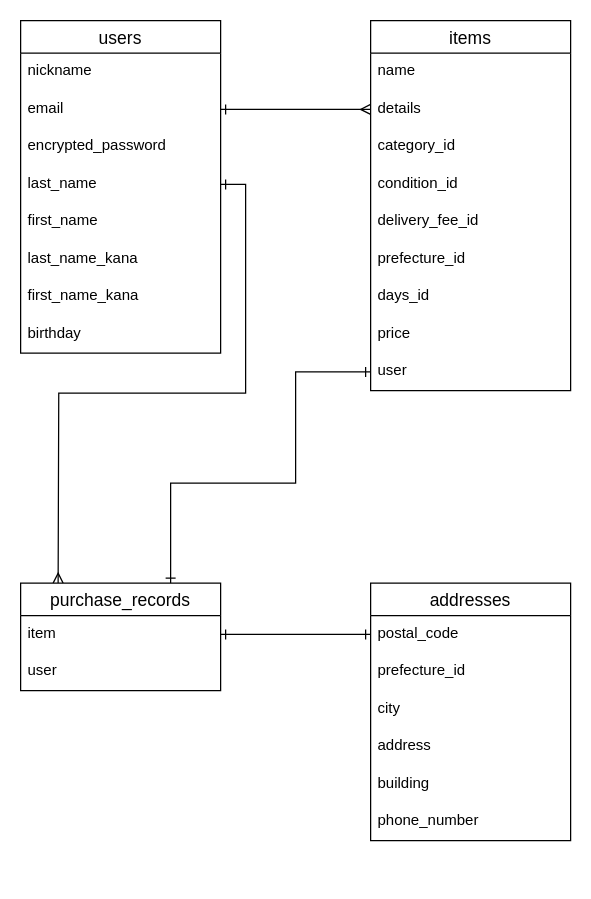
Earlier version of the draw.io diagram ER.dio (ijapamen/furima-29110). Source tidied: cells renumbered, new cells numbered last; positions are measured from the earlier drawing's top-left corner, leaving out a move shared by most shapes. Both pictures are drawn from the tidied source at 125%, with x=0, y=0 at pixel (20, 20).
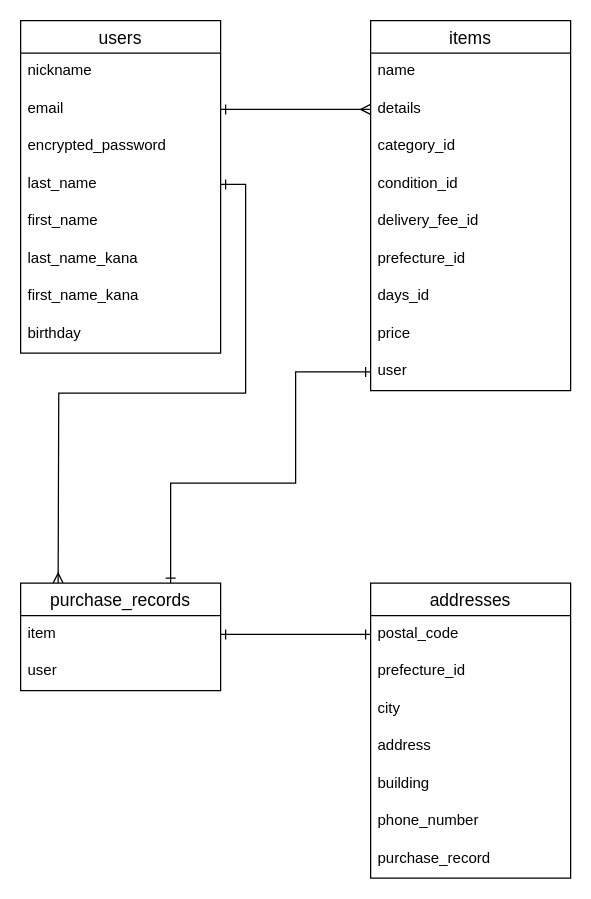
The same page after the edit.

The edit, as a diff of the source:
```diff
@@
     <mxCell id="12" value="addresses" style="swimlane;fontStyle=0;horizontal=1;startSize=26;align=center;fontSize=14;" parent="1" vertex="1">
-      <mxGeometry x="280" y="450" width="160" height="206" as="geometry" />
+      <mxGeometry x="280" y="450" width="160" height="236" as="geometry" />
     </mxCell>
@@
+    <mxCell id="35" value="purchase_record" style="text;strokeColor=none;fillColor=none;spacingLeft=4;spacingRight=4;overflow=hidden;fontSize=12;" parent="12" vertex="1">
+      <mxGeometry y="206" width="160" height="30" as="geometry" />
+    </mxCell>
```
